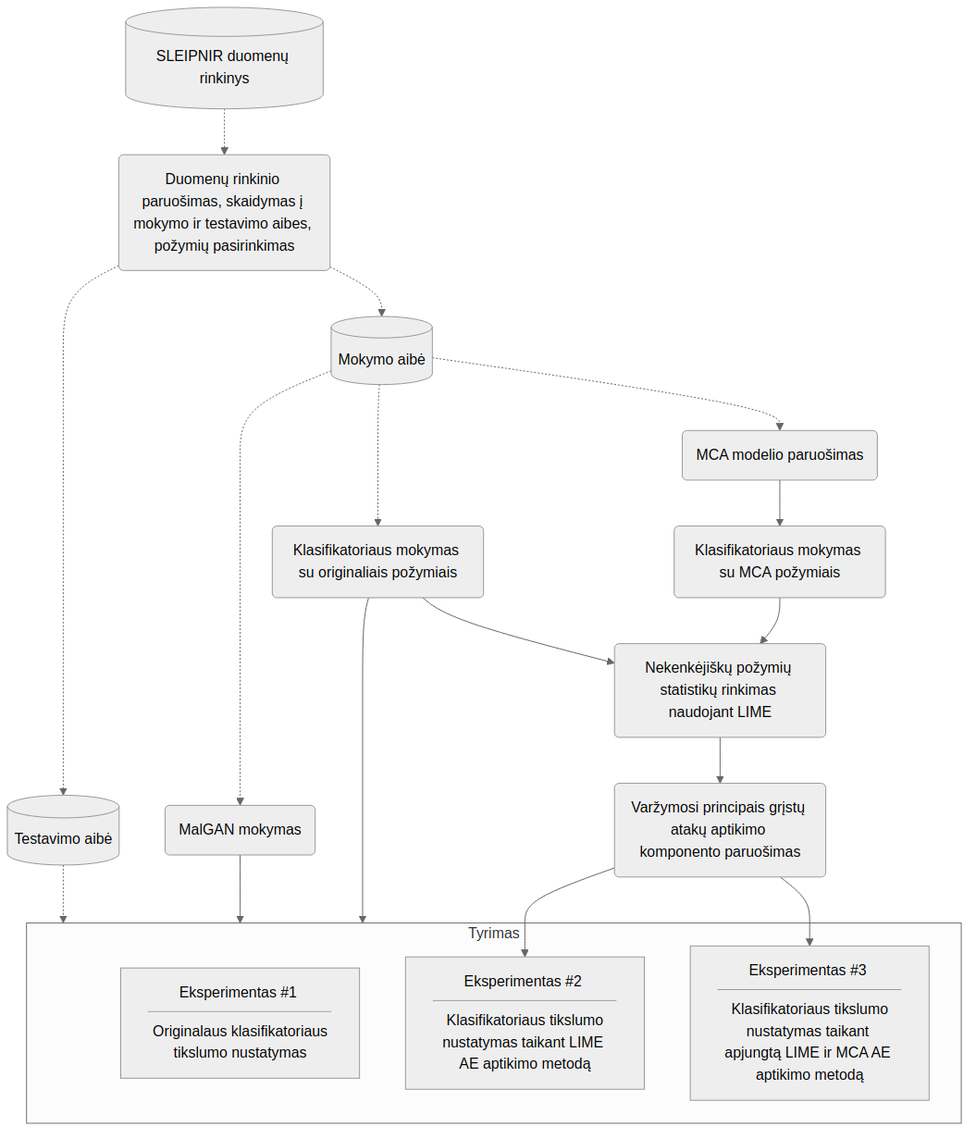
This is images/methodology.png from onlyidev/bachelor.thesis, a Mermaid export, as it was before one commit. Its source is kept beside it as diagrams/methodology.mmd.
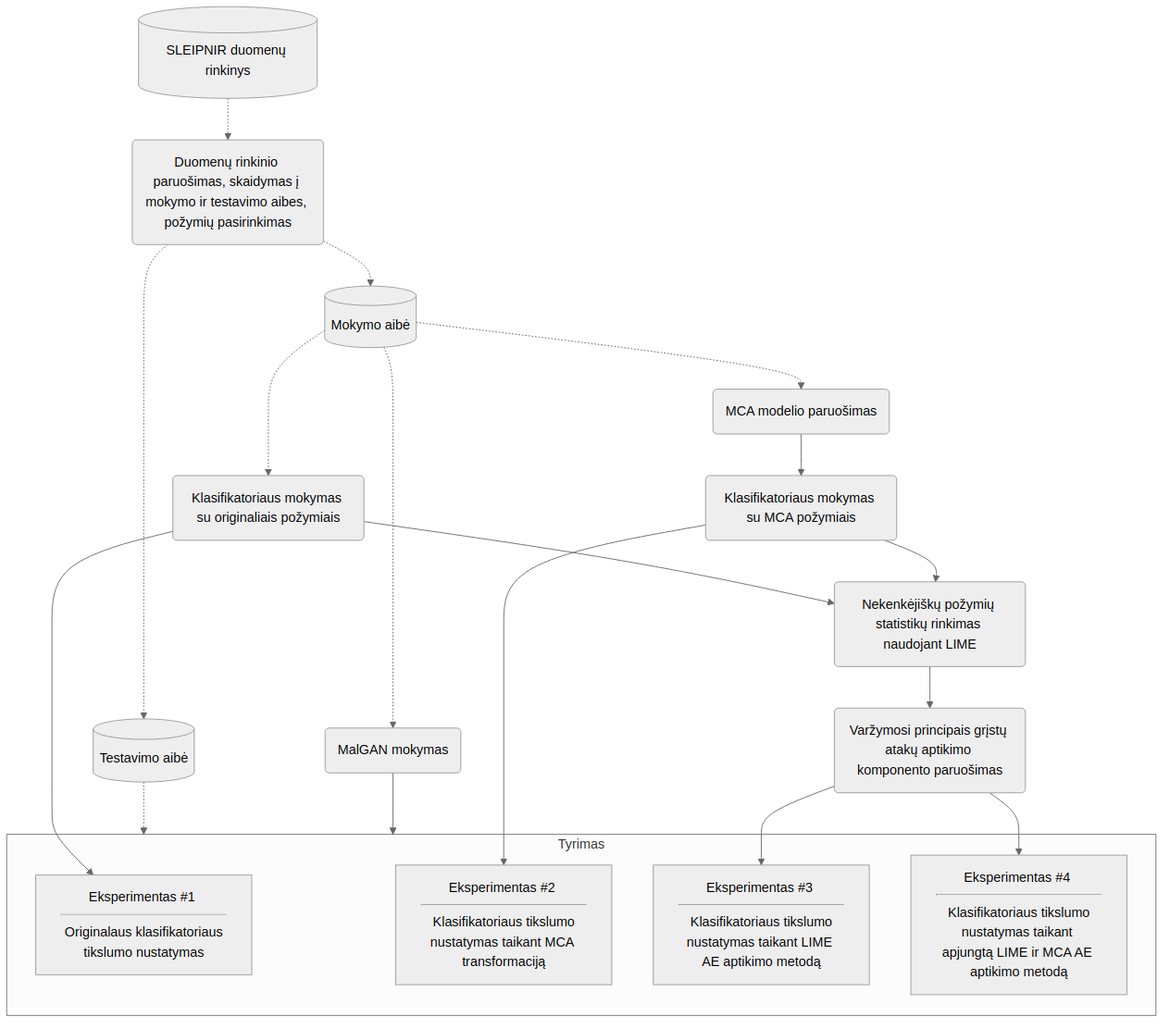
The same diagram one commit later.

What changed in the source:
```diff
@@ -1,3 +1,8 @@
+---
+config:
+  flowchart:
+    curve: "basis"
+---
 flowchart
 sleipnir[("SLEIPNIR duomenų rinkinys")]
 data("Duomenų rinkinio paruošimas, skaidymas į mokymo ir testavimo aibes, požymių pasirinkimas")
@@ -10,8 +15,9 @@
 collect("Nekenkėjiškų požymių statistikų rinkimas naudojant LIME")
 lime("Varžymosi principais grįstų atakų aptikimo komponento paruošimas")
 exp1["Eksperimentas #1 <hr/> Originalaus klasifikatoriaus tikslumo nustatymas"]
-exp2["Eksperimentas #2 <hr/> Klasifikatoriaus tikslumo nustatymas taikant LIME AE aptikimo metodą"]
-exp3["Eksperimentas #3 <hr/> Klasifikatoriaus tikslumo nustatymas taikant apjungtą LIME ir MCA AE aptikimo metodą"]
+exp4["Eksperimentas #2 <hr/> Klasifikatoriaus tikslumo nustatymas taikant MCA transformaciją"]
+exp2["Eksperimentas #3 <hr/> Klasifikatoriaus tikslumo nustatymas taikant LIME AE aptikimo metodą"]
+exp3["Eksperimentas #4 <hr/> Klasifikatoriaus tikslumo nustatymas taikant apjungtą LIME ir MCA AE aptikimo metodą"]
 
 sleipnir -.-> data -.-> data_test & data_train
 data_train -.-> train
@@ -19,14 +25,14 @@
 data_train -.-> classify
 data_test -.-> Tyrimas
 
-classify --> collect
-classify_mca --> collect
+classify --> exp1 & collect
+classify_mca --> collect & exp4
 train --> Tyrimas
 collect --> lime --> exp2 & exp3
-classify --> Tyrimasd
 
 subgraph Tyrimas
     exp1
+    exp4
     exp2
     exp3
     end
```
